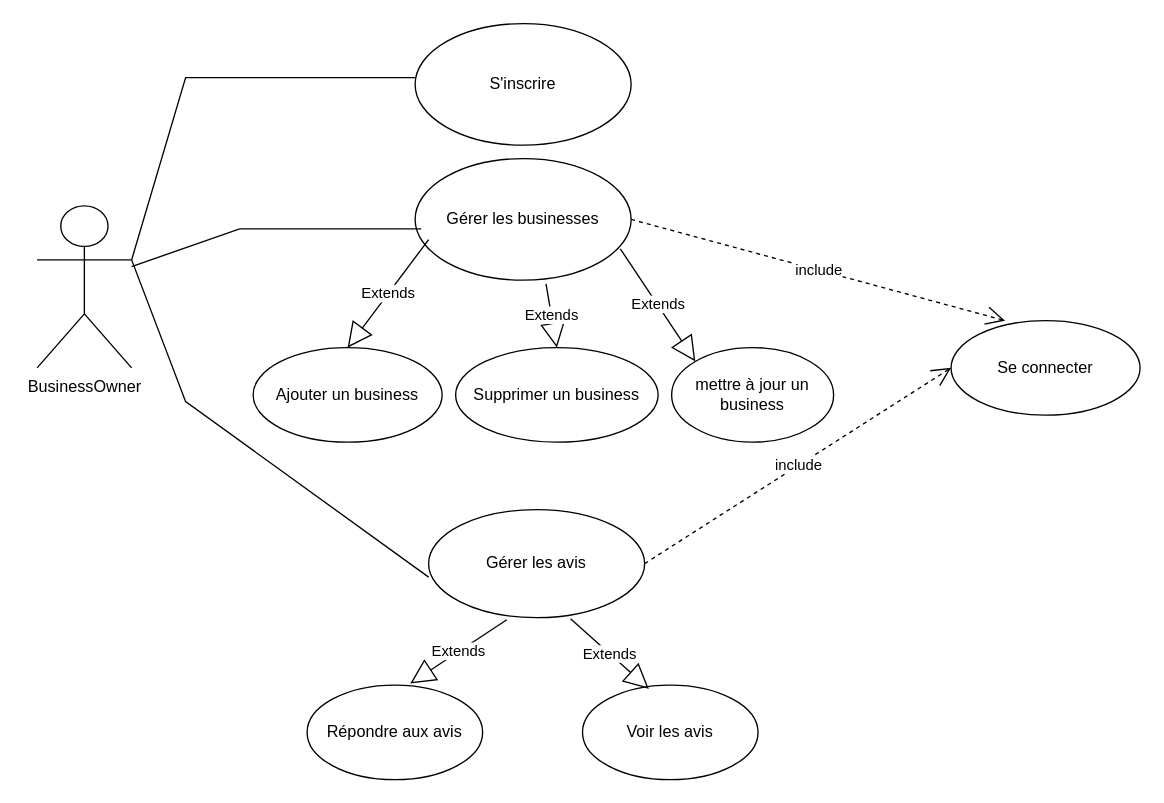
Above: Diagramme sans nom.drawio in Rahma3-sys/Searchgi (draw.io), before the change. Source tidied: cells renumbered, new cells numbered last; positions are measured from the earlier drawing's top-left corner, leaving out a move shared by most shapes. Both pictures are drawn from the tidied source at 135%, with x=0, y=0 at pixel (36, 23).
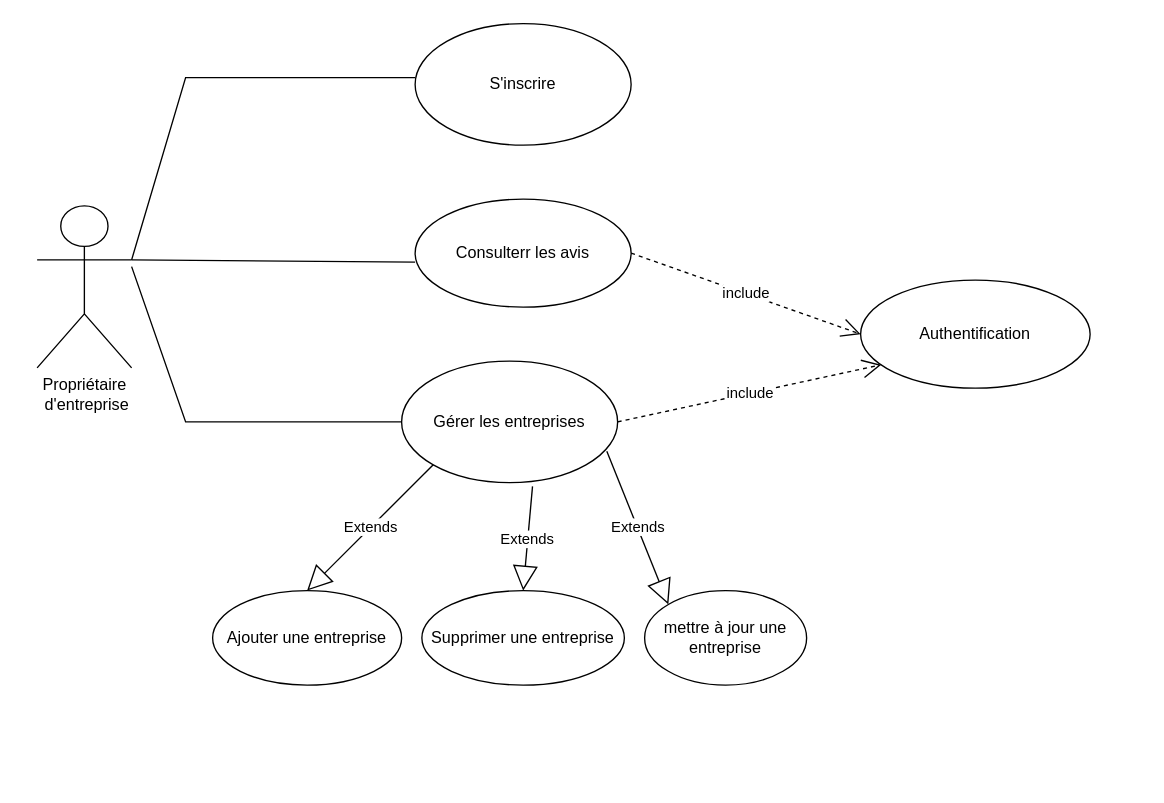
The same page after the edit.

Commit message:
Mettre à jour Diagramme sans nom.drawio

What changed in the source:
```diff
@@
-    <mxCell id="2" value="BusinessOwner" style="shape=umlActor;verticalLabelPosition=bottom;verticalAlign=top;html=1;outlineConnect=0;" parent="1" vertex="1">
+    <mxCell id="2" style="shape=umlActor;verticalLabelPosition=bottom;verticalAlign=top;html=1;outlineConnect=0;" parent="1" vertex="1">
       <mxGeometry y="135" width="70" height="120" as="geometry" />
     </mxCell>
-    <mxCell id="3" value="Se connecter" style="ellipse;whiteSpace=wrap;html=1;" parent="1" vertex="1">
-      <mxGeometry x="677" y="220" width="140" height="70" as="geometry" />
+    <mxCell id="3" value="Authentification" style="ellipse;whiteSpace=wrap;html=1;" parent="1" vertex="1">
+      <mxGeometry x="610" y="190" width="170" height="80" as="geometry" />
     </mxCell>
-    <mxCell id="4" value="Supprimer un business" style="ellipse;whiteSpace=wrap;html=1;" parent="1" vertex="1">
-      <mxGeometry x="310" y="240" width="150" height="70" as="geometry" />
+    <mxCell id="4" value="Supprimer une entreprise" style="ellipse;whiteSpace=wrap;html=1;" parent="1" vertex="1">
+      <mxGeometry x="285" y="420" width="150" height="70" as="geometry" />
     </mxCell>
-    <mxCell id="5" value="mettre à jour un business" style="ellipse;whiteSpace=wrap;html=1;" parent="1" vertex="1">
-      <mxGeometry x="470" y="240" width="120" height="70" as="geometry" />
+    <mxCell id="5" value="mettre à jour une entreprise" style="ellipse;whiteSpace=wrap;html=1;" parent="1" vertex="1">
+      <mxGeometry x="450" y="420" width="120" height="70" as="geometry" />
     </mxCell>
-    <mxCell id="6" value="Gérer les avis" style="ellipse;whiteSpace=wrap;html=1;" parent="1" vertex="1">
-      <mxGeometry x="290" y="360" width="160" height="80" as="geometry" />
+    <mxCell id="6" value="Consulterr les avis" style="ellipse;whiteSpace=wrap;html=1;" parent="1" vertex="1">
+      <mxGeometry x="280" y="130" width="160" height="80" as="geometry" />
     </mxCell>
-    <mxCell id="7" value="Ajouter un business" style="ellipse;whiteSpace=wrap;html=1;" parent="1" vertex="1">
-      <mxGeometry x="160" y="240" width="140" height="70" as="geometry" />
+    <mxCell id="7" value="Ajouter une entreprise" style="ellipse;whiteSpace=wrap;html=1;" parent="1" vertex="1">
+      <mxGeometry x="130" y="420" width="140" height="70" as="geometry" />
     </mxCell>
-    <mxCell id="8" value="Gérer les businesses" style="ellipse;whiteSpace=wrap;html=1;" parent="1" vertex="1">
-      <mxGeometry x="280" y="100" width="160" height="90" as="geometry" />
+    <mxCell id="8" value="Gérer les entreprises" style="ellipse;whiteSpace=wrap;html=1;" parent="1" vertex="1">
+      <mxGeometry x="270" y="250" width="160" height="90" as="geometry" />
     </mxCell>
-    <mxCell id="9" value="Voir les avis" style="ellipse;whiteSpace=wrap;html=1;" parent="1" vertex="1">
-      <mxGeometry x="404" y="490" width="130" height="70" as="geometry" />
-    </mxCell>
-    <mxCell id="10" value="Répondre aux avis" style="ellipse;whiteSpace=wrap;html=1;" parent="1" vertex="1">
-      <mxGeometry x="200" y="490" width="130" height="70" as="geometry" />
-    </mxCell>
-    <mxCell id="11" value="Extends" style="endArrow=block;endSize=16;endFill=0;html=1;rounded=0;entryX=0.588;entryY=-0.017;entryDx=0;entryDy=0;entryPerimeter=0;exitX=0.362;exitY=1.02;exitDx=0;exitDy=0;exitPerimeter=0;" parent="1" edge="1" source="6" target="10">
-      <mxGeometry relative="1" as="geometry" />
-    </mxCell>
-    <mxCell id="12" value="Extends" style="endArrow=block;endSize=16;endFill=0;html=1;rounded=0;exitX=0.657;exitY=1.01;exitDx=0;exitDy=0;exitPerimeter=0;entryX=0.378;entryY=0.04;entryDx=0;entryDy=0;entryPerimeter=0;" parent="1" edge="1" source="6" target="9">
-      <mxGeometry relative="1" as="geometry" />
-    </mxCell>
-    <mxCell id="13" value="include" style="endArrow=open;endSize=12;dashed=1;html=1;rounded=0;exitX=1;exitY=0.5;exitDx=0;exitDy=0;entryX=0.286;entryY=0;entryDx=0;entryDy=0;entryPerimeter=0;" parent="1" edge="1" source="8" target="3">
+    <mxCell id="13" value="include" style="endArrow=open;endSize=12;dashed=1;html=1;rounded=0;exitX=1;exitY=0.5;exitDx=0;exitDy=0;entryX=0.09;entryY=0.784;entryDx=0;entryDy=0;entryPerimeter=0;" parent="1" edge="1" source="8" target="3">
       <mxGeometry relative="1" as="geometry" />
     </mxCell>
@@
-    <mxCell id="16" style="endArrow=none;html=1;rounded=0;entryX=1;entryY=0.3333333333333333;entryDx=0;entryDy=0;entryPerimeter=0;exitX=0;exitY=0.625;exitDx=0;exitDy=0;exitPerimeter=0;" parent="1" edge="1" source="6" target="2">
-      <mxGeometry relative="1" as="geometry">
-        <Array as="points">
-          <mxPoint x="110" y="280" />
-        </Array>
-      </mxGeometry>
+    <mxCell id="16" style="endArrow=none;html=1;rounded=0;entryX=1;entryY=0.3333333333333333;entryDx=0;entryDy=0;entryPerimeter=0;exitX=0;exitY=0.584;exitDx=0;exitDy=0;exitPerimeter=0;" parent="1" edge="1" source="6" target="2">
+      <mxGeometry relative="1" as="geometry" />
     </mxCell>
-    <mxCell id="17" style="endArrow=none;html=1;rounded=0;entryX=0.028;entryY=0.578;entryDx=0;entryDy=0;entryPerimeter=0;" parent="1" edge="1" target="8">
+    <mxCell id="17" style="endArrow=none;html=1;rounded=0;entryX=0;entryY=0.5;entryDx=0;entryDy=0;" parent="1" edge="1" target="8">
       <mxGeometry relative="1" as="geometry">
         <mxPoint x="70" y="180" as="sourcePoint" />
         <Array as="points">
-          <mxPoint x="150" y="152" />
+          <mxPoint x="110" y="295" />
         </Array>
       </mxGeometry>
     </mxCell>
@@
-    <mxCell id="20" value="Extends" style="endArrow=block;endSize=16;endFill=0;html=1;rounded=0;entryX=0.5;entryY=0;entryDx=0;entryDy=0;" parent="1" edge="1" target="7">
-      <mxGeometry relative="1" as="geometry">
-        <mxPoint x="290" y="160" as="sourcePoint" />
-      </mxGeometry>
+    <mxCell id="20" value="Extends" style="endArrow=block;endSize=16;endFill=0;html=1;rounded=0;entryX=0.5;entryY=0;entryDx=0;entryDy=0;exitX=0;exitY=1;exitDx=0;exitDy=0;" parent="1" edge="1" source="8" target="7">
+      <mxGeometry relative="1" as="geometry" />
     </mxCell>
@@
+    <mxCell id="22" value="Propriétaire&lt;div&gt;&amp;nbsp;d'entreprise&lt;/div&gt;" style="text;html=1;align=center;verticalAlign=middle;strokeColor=none;fillColor=none;" parent="1" vertex="1">
+      <mxGeometry x="-10" y="255" width="90" height="40" as="geometry" />
+    </mxCell>
```
